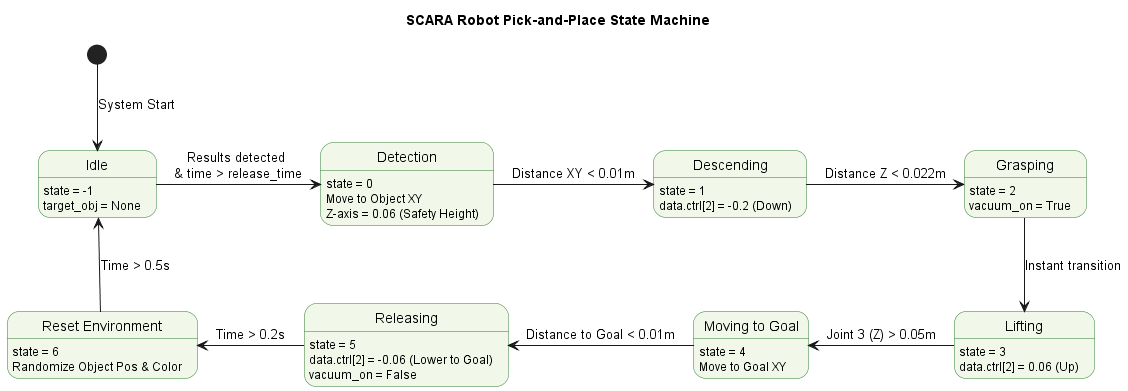
btdev-tech/SCARA-PROJECT keeps this PlantUML diagram as state_diagram.png. Above is the earlier version.
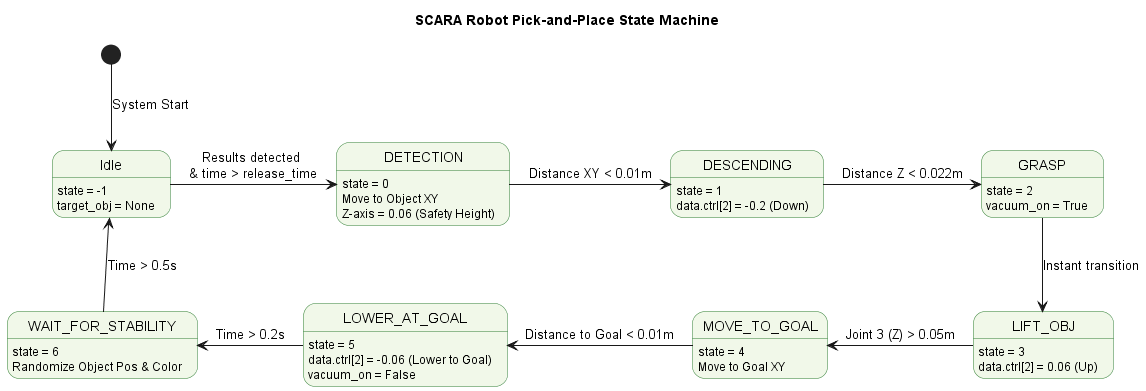
After the change.

Diff of the diagram source:
```diff
@@ -9,39 +9,39 @@
 Idle : state = -1
 Idle : target_obj = None
 
-state "Detection" as State0 {
+state "DETECTION" as State0 {
     State0 : state = 0
     State0 : Move to Object XY
     State0 : Z-axis = 0.06 (Safety Height)
 }
 
-state "Descending" as State1 {
+state "DESCENDING" as State1 {
     State1 : state = 1
     State1 : data.ctrl[2] = -0.2 (Down)
 }
 
-state "Grasping" as State2 {
+state "GRASP" as State2 {
     State2 : state = 2
     State2 : vacuum_on = True
 }
 
-state "Lifting" as State3 {
+state "LIFT_OBJ" as State3 {
     State3 : state = 3
     State3 : data.ctrl[2] = 0.06 (Up)
 }
 
-state "Moving to Goal" as State4 {
+state "MOVE_TO_GOAL" as State4 {
     State4 : state = 4
     State4 : Move to Goal XY
 }
 
-state "Releasing" as State5 {
+state "LOWER_AT_GOAL" as State5 {
     State5 : state = 5
     State5 : data.ctrl[2] = -0.06 (Lower to Goal)
     State5 : vacuum_on = False
 }
 
-state "Reset Environment" as State6 {
+state "WAIT_FOR_STABILITY" as State6 {
     State6 : state = 6
     State6 : Randomize Object Pos & Color
 }
```
